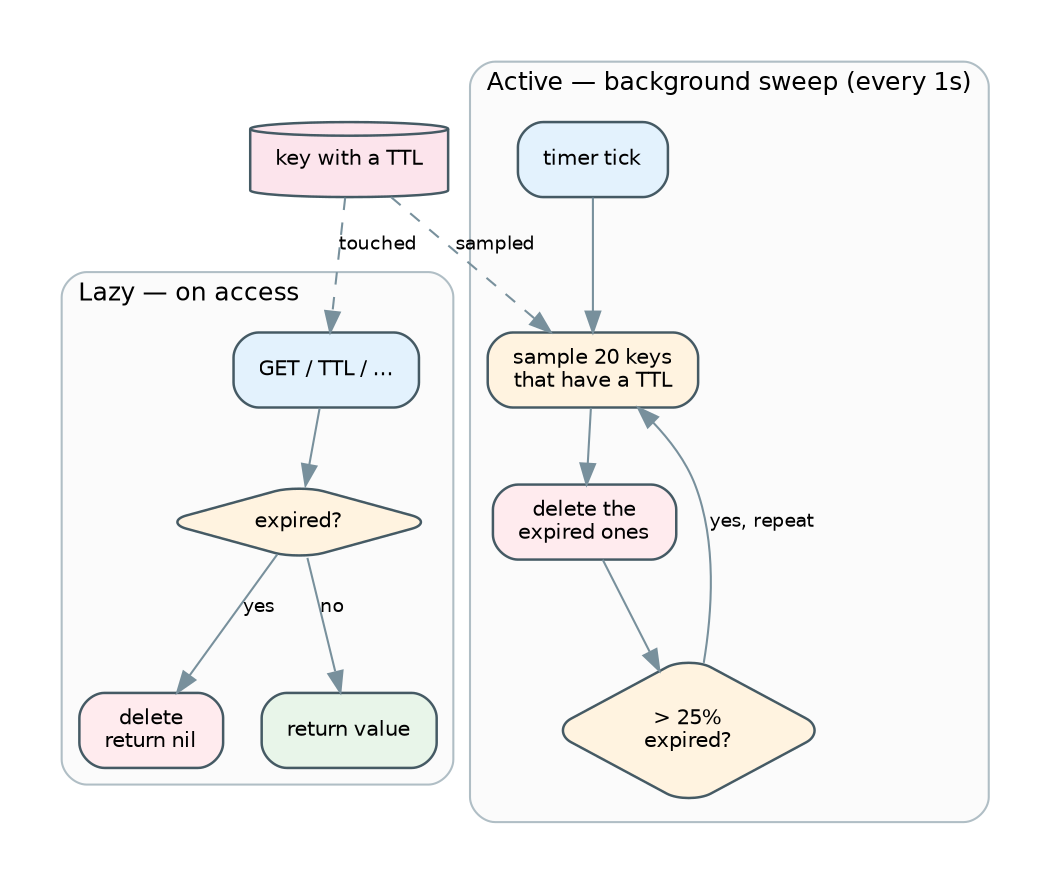
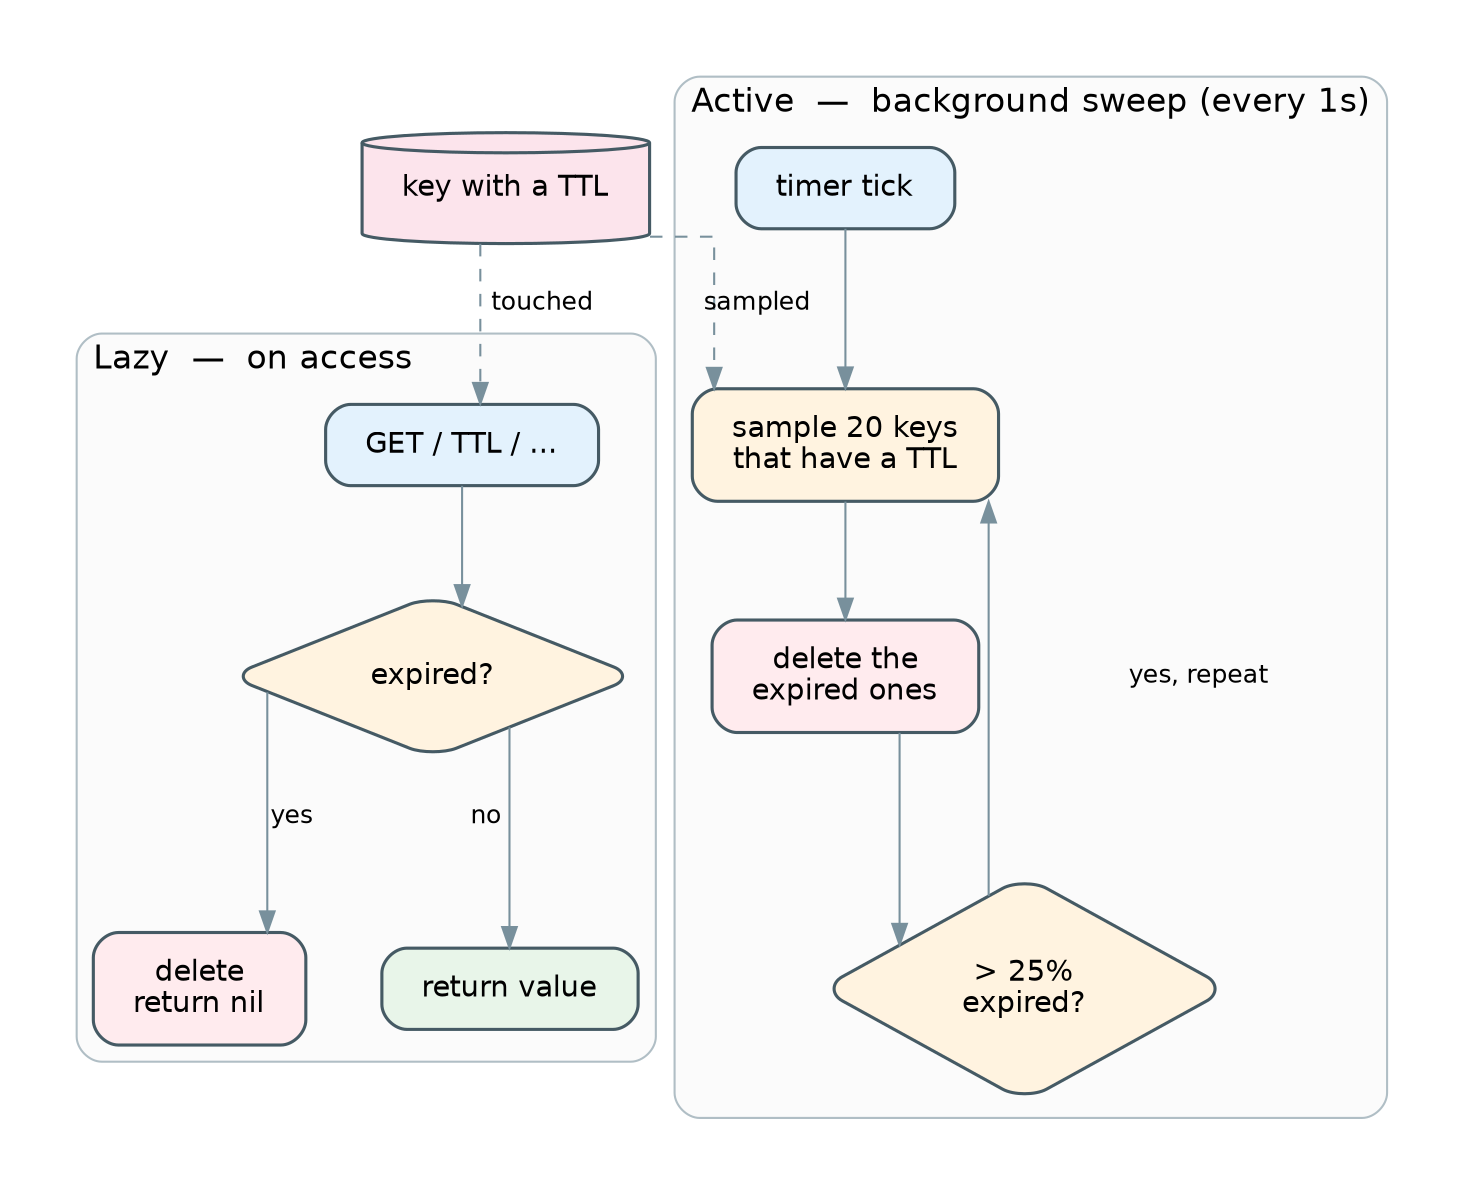
// myredis — key expiration: lazy (on access) + active (background sweep)
digraph expiration {
  rankdir=TB;
+   splines=ortho;
  bgcolor="white";
-   pad=0.3;
-   compound=true;
-   node [shape=box, style="rounded,filled", fontname="Helvetica", fontsize=10,
-         color="#455a64", penwidth=1.2, margin="0.16,0.10"];
-   edge [fontname="Helvetica", fontsize=9, color="#78909c"];
+   pad=0.4;
+   nodesep=0.5;
+   ranksep=0.6;
+   node [shape=box, style="rounded,filled", fontname="Helvetica", fontsize=14,
+         color="#455a64", penwidth=1.5, margin="0.26,0.16"];
+   edge [fontname="Helvetica", fontsize=12, color="#78909c"];

  key [label="key with a TTL", shape=cylinder, fillcolor="#fce4ec"];

  subgraph cluster_lazy {
-     label="Lazy — on access";
-     labeljust="l"; fontname="Helvetica"; fontsize=12;
+     label="Lazy  —  on access";
+     labeljust="l"; fontname="Helvetica"; fontsize=16;
    style="rounded"; color="#b0bec5"; bgcolor="#fbfbfb";

-     access [label="GET / TTL / …", fillcolor="#e3f2fd"];
+     access [label="GET / TTL / ...", fillcolor="#e3f2fd"];
    lcheck [label="expired?", shape=diamond, fillcolor="#fff3e0"];
    ldel   [label="delete\nreturn nil", fillcolor="#ffebee"];
    lret   [label="return value", fillcolor="#e8f5e9"];

    access -> lcheck;
    lcheck -> ldel [label="yes"];
    lcheck -> lret [label="no"];
  }

  subgraph cluster_active {
-     label="Active — background sweep (every 1s)";
-     labeljust="l"; fontname="Helvetica"; fontsize=12;
+     label="Active  —  background sweep (every 1s)";
+     labeljust="l"; fontname="Helvetica"; fontsize=16;
    style="rounded"; color="#b0bec5"; bgcolor="#fbfbfb";

    tick   [label="timer tick", fillcolor="#e3f2fd"];
    sample [label="sample 20 keys\nthat have a TTL", fillcolor="#fff3e0"];
    adel   [label="delete the\nexpired ones", fillcolor="#ffebee"];
    again  [label="> 25%\nexpired?", shape=diamond, fillcolor="#fff3e0"];

    tick -> sample -> adel -> again;
    again -> sample [label="yes, repeat"];
  }

  key -> access [style=dashed, label="touched"];
  key -> sample [style=dashed, label="sampled"];
}
